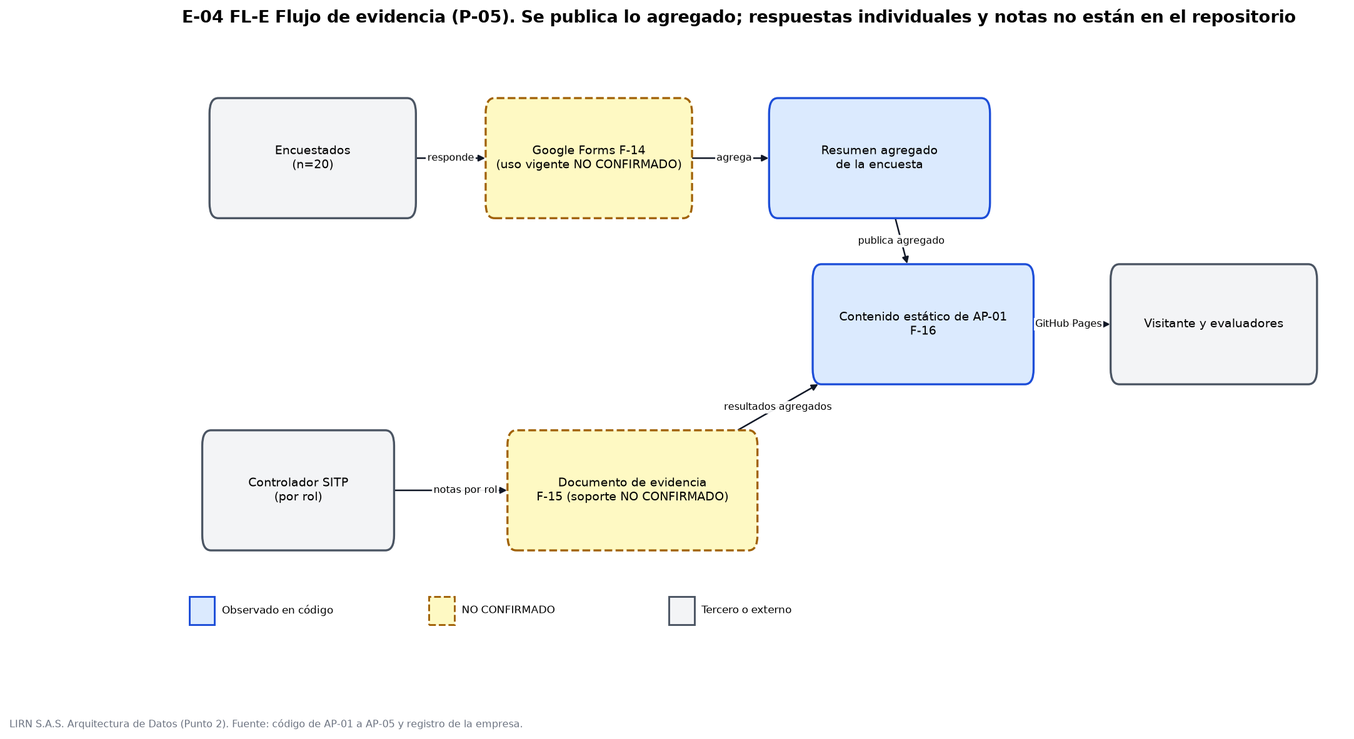
Before: docs/ae-final-project/ondas/M2-datos/diagramas/E-04-FL-E-evidencia.png, a diagram exported from Mermaid (5arSanti/tro-launcher). Its source is kept beside it as docs/ae-final-project/ondas/M2-datos/diagramas/E-04-FL-E-evidencia.mmd.
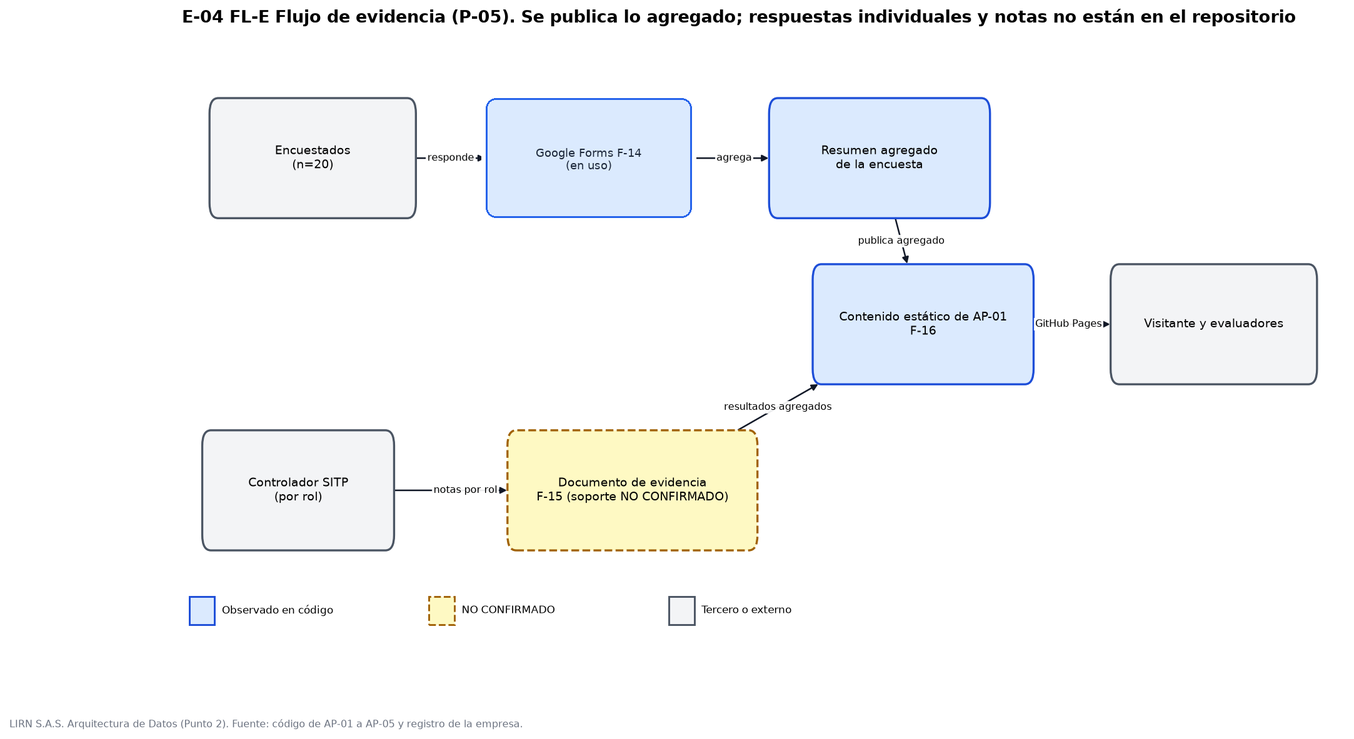
The same file after the commit.

Change to the diagram source:
```diff
@@ -1,6 +1,6 @@
 flowchart LR
     ENC["Encuestados<br/>(n=20)"]
-    GF["Google Forms F-14<br/>(uso vigente NO CONFIRMADO)"]
+    GF["Google Forms F-14<br/>(en uso)"]
     RES["Resumen agregado<br/>de la encuesta"]
     CTRL["Controlador SITP<br/>(por rol)"]
     DOC["Documento de evidencia<br/>F-15 (soporte NO CONFIRMADO)"]
@@ -12,5 +12,4 @@
     CTRL -->|"notas por rol"| DOC
     DOC -->|"resultados agregados"| SITIO
     SITIO -->|"GitHub Pages"| VIS
-    style GF stroke-dasharray: 5 5
     style DOC stroke-dasharray: 5 5
```
